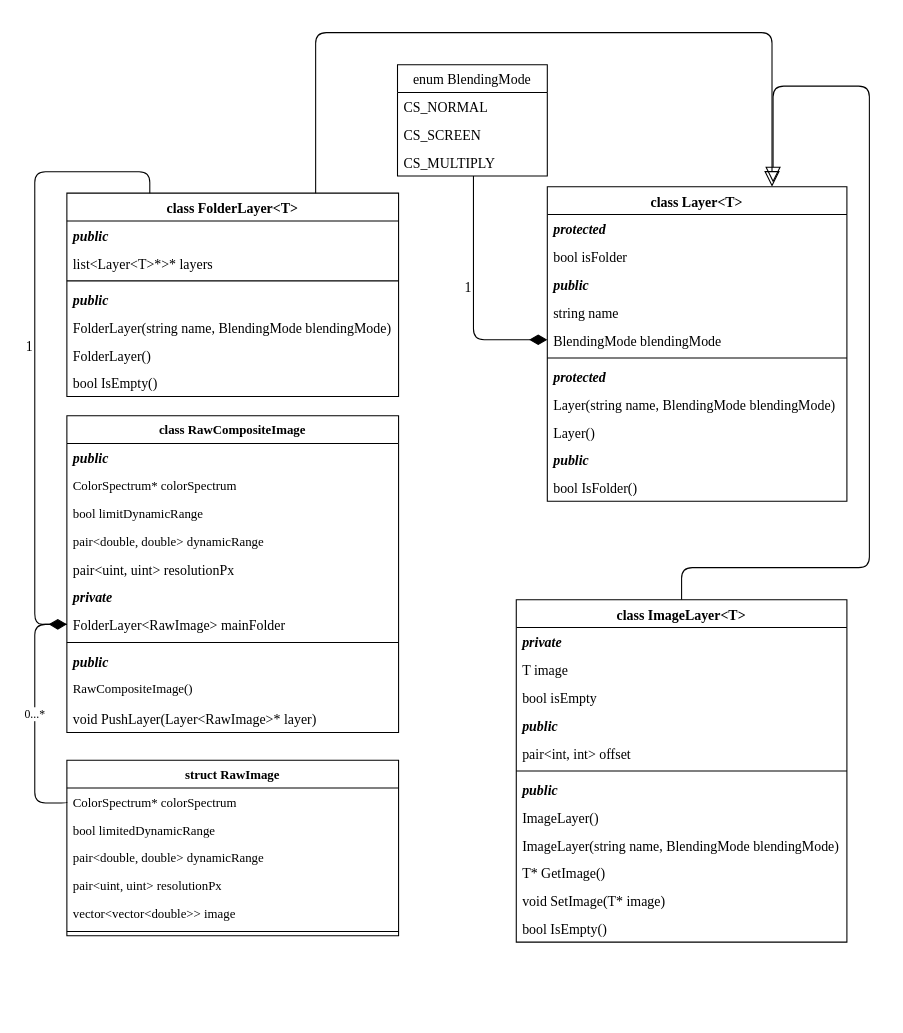
Above: page "Composite" (6 of 9) of Docs/Class diagrams.drawio in SpatiumOwl/ComplexSky-2.0 (draw.io), before the change. Source tidied: cells renumbered, new cells numbered last; positions are measured from the earlier drawing's top-left corner, leaving out a move shared by most shapes. Both pictures are drawn from the tidied source at 107%, with x=0, y=0 at pixel (34, 32).
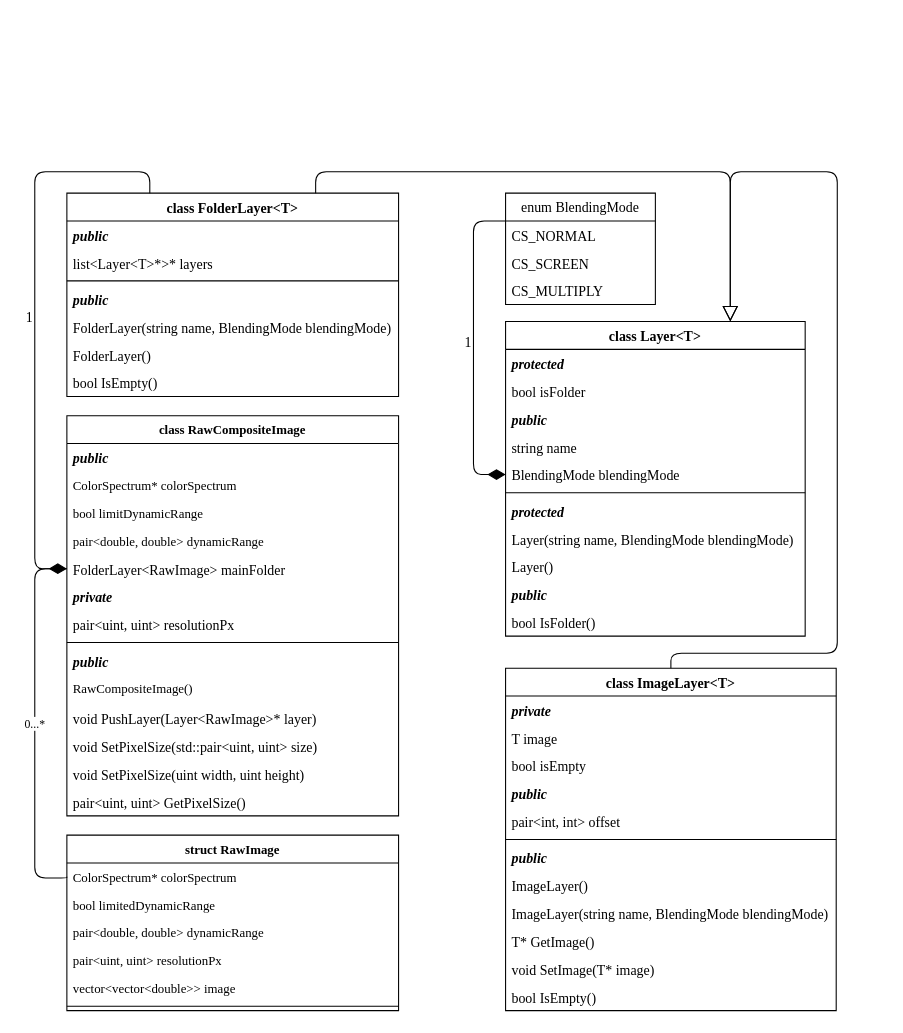
The same diagram, later.

The change refers to these unchanged cells:
```xml
<mxCell id="17" value="CS_MULTIPLY" style="text;strokeColor=none;fillColor=none;align=left;verticalAlign=top;spacingLeft=4;spacingRight=4;overflow=hidden;points=[[0,0.5],[1,0.5]];portConstraint=eastwest;fontFamily=Times New Roman;fontSize=13;" parent="14" vertex="1">
  <mxGeometry y="78" width="140" height="26" as="geometry" />
</mxCell>
<mxCell id="23" value="BlendingMode blendingMode" style="text;strokeColor=none;fillColor=none;align=left;verticalAlign=top;spacingLeft=4;spacingRight=4;overflow=hidden;points=[[0,0.5],[1,0.5]];portConstraint=eastwest;fontFamily=Times New Roman;fontSize=13;" parent="18" vertex="1">
  <mxGeometry y="130" width="280" height="26" as="geometry" />
</mxCell>
<mxCell id="44" value="class FolderLayer&lt;T&gt;" style="swimlane;fontStyle=1;align=center;verticalAlign=top;horizontal=1;startSize=26;fontFamily=Times New Roman;fontSize=13;" parent="1" vertex="1">
  <mxGeometry x="30" y="150" width="310" height="190" as="geometry" />
</mxCell>
<mxCell id="56" value="ColorSpectrum* colorSpectrum" style="text;strokeColor=none;fillColor=none;align=left;verticalAlign=top;spacingLeft=4;spacingRight=4;overflow=hidden;points=[[0,0.5],[1,0.5]];portConstraint=eastwest;whiteSpace=wrap;html=1;fontFamily=Times New Roman;" parent="55" vertex="1">
  <mxGeometry y="26" width="310" height="26" as="geometry" />
</mxCell>
```

What changed in the source:
```diff
@@
     <mxCell id="2" value="class RawCompositeImage" style="swimlane;fontStyle=1;align=center;verticalAlign=top;horizontal=1;startSize=26;whiteSpace=wrap;html=1;fontFamily=Times New Roman;" parent="1" vertex="1">
-      <mxGeometry x="30" y="358" width="310" height="296" as="geometry" />
+      <mxGeometry x="30" y="358" width="310" height="374" as="geometry" />
     </mxCell>
@@
+    <mxCell id="9" value="FolderLayer&lt;RawImage&gt; mainFolder" style="text;strokeColor=none;fillColor=none;align=left;verticalAlign=top;spacingLeft=4;spacingRight=4;overflow=hidden;points=[[0,0.5],[1,0.5]];portConstraint=eastwest;fontFamily=Times New Roman;fontSize=13;" parent="2" vertex="1">
+      <mxGeometry y="130" width="310" height="26" as="geometry" />
+    </mxCell>
+    <mxCell id="8" value="private" style="text;strokeColor=none;fillColor=none;align=left;verticalAlign=top;spacingLeft=4;spacingRight=4;overflow=hidden;fontStyle=3;fontFamily=Times New Roman;fontSize=13;" parent="2" vertex="1">
+      <mxGeometry y="156" width="310" height="26" as="geometry" />
+    </mxCell>
     <mxCell id="7" value="pair&lt;uint, uint&gt; resolutionPx" style="text;strokeColor=none;fillColor=none;align=left;verticalAlign=top;spacingLeft=4;spacingRight=4;overflow=hidden;fontFamily=Times New Roman;fontSize=13;" parent="2" vertex="1">
-      <mxGeometry y="130" width="310" height="26" as="geometry" />
+      <mxGeometry y="182" width="310" height="26" as="geometry" />
     </mxCell>
-    <mxCell id="8" value="private" style="text;strokeColor=none;fillColor=none;align=left;verticalAlign=top;spacingLeft=4;spacingRight=4;overflow=hidden;fontStyle=3;fontFamily=Times New Roman;fontSize=13;" parent="2" vertex="1">
-      <mxGeometry y="156" width="310" height="26" as="geometry" />
-    </mxCell>
-    <mxCell id="9" value="FolderLayer&lt;RawImage&gt; mainFolder" style="text;strokeColor=none;fillColor=none;align=left;verticalAlign=top;spacingLeft=4;spacingRight=4;overflow=hidden;points=[[0,0.5],[1,0.5]];portConstraint=eastwest;fontFamily=Times New Roman;fontSize=13;" parent="2" vertex="1">
-      <mxGeometry y="182" width="310" height="26" as="geometry" />
-    </mxCell>
@@
+    <mxCell id="63" value="void SetPixelSize(std::pair&lt;uint, uint&gt; size)" style="text;strokeColor=none;fillColor=none;align=left;verticalAlign=top;spacingLeft=4;spacingRight=4;overflow=hidden;fontFamily=Times New Roman;fontSize=13;" parent="2" vertex="1">
+      <mxGeometry y="296" width="310" height="26" as="geometry" />
+    </mxCell>
+    <mxCell id="64" value="void SetPixelSize(uint width, uint height)" style="text;strokeColor=none;fillColor=none;align=left;verticalAlign=top;spacingLeft=4;spacingRight=4;overflow=hidden;fontFamily=Times New Roman;fontSize=13;" parent="2" vertex="1">
+      <mxGeometry y="322" width="310" height="26" as="geometry" />
+    </mxCell>
+    <mxCell id="65" value="pair&lt;uint, uint&gt; GetPixelSize()" style="text;strokeColor=none;fillColor=none;align=left;verticalAlign=top;spacingLeft=4;spacingRight=4;overflow=hidden;fontFamily=Times New Roman;fontSize=13;" parent="2" vertex="1">
+      <mxGeometry y="348" width="310" height="26" as="geometry" />
+    </mxCell>
     <mxCell id="14" value="enum BlendingMode" style="swimlane;fontStyle=0;horizontal=1;startSize=26;fillColor=none;fontFamily=Times New Roman;fontSize=13;" parent="1" vertex="1">
-      <mxGeometry x="339" y="30" width="140" height="104" as="geometry" />
+      <mxGeometry x="440" y="150" width="140" height="104" as="geometry" />
     </mxCell>
@@
     <mxCell id="18" value="class Layer&lt;T&gt;" style="swimlane;fontStyle=1;align=center;verticalAlign=top;horizontal=1;startSize=26;fontFamily=Times New Roman;fontSize=13;" parent="1" vertex="1">
-      <mxGeometry x="479" y="144" width="280" height="294" as="geometry" />
+      <mxGeometry x="440" y="270" width="280" height="294" as="geometry" />
     </mxCell>
@@
-    <mxCell id="30" value="1" style="endArrow=none;html=1;endSize=12;startArrow=diamondThin;startSize=14;startFill=1;edgeStyle=orthogonalEdgeStyle;align=left;verticalAlign=bottom;rounded=1;exitX=0;exitY=0.5;exitDx=0;exitDy=0;entryX=0.507;entryY=1;entryDx=0;entryDy=0;endFill=0;entryPerimeter=0;fontFamily=Times New Roman;fontSize=13;" parent="1" edge="1" source="23" target="17">
+    <mxCell id="30" value="1" style="endArrow=none;html=1;endSize=12;startArrow=diamondThin;startSize=14;startFill=1;edgeStyle=orthogonalEdgeStyle;align=left;verticalAlign=bottom;rounded=1;exitX=0;exitY=0.5;exitDx=0;exitDy=0;entryX=0;entryY=0.25;entryDx=0;entryDy=0;endFill=0;fontFamily=Times New Roman;fontSize=13;" parent="1" edge="1" source="23" target="14">
       <mxGeometry x="-0.04" y="10" relative="1" as="geometry">
         <Array as="points">
-          <mxPoint x="410" y="287" />
+          <mxPoint x="410" y="413" />
+          <mxPoint x="410" y="176" />
         </Array>
       </mxGeometry>
     </mxCell>
     <mxCell id="31" value="class ImageLayer&lt;T&gt;" style="swimlane;fontStyle=1;align=center;verticalAlign=top;horizontal=1;startSize=26;fontFamily=Times New Roman;fontSize=13;" parent="1" vertex="1">
-      <mxGeometry x="450" y="530" width="309" height="320" as="geometry" />
+      <mxGeometry x="440" y="594" width="309" height="320" as="geometry" />
     </mxCell>
@@
-    <mxCell id="52" style="endArrow=block;endFill=0;endSize=12;html=1;rounded=1;exitX=0.5;exitY=0;exitDx=0;exitDy=0;edgeStyle=orthogonalEdgeStyle;fontFamily=Times New Roman;fontSize=13;" parent="1" edge="1" source="31">
+    <mxCell id="52" style="endArrow=block;endFill=0;endSize=12;html=1;rounded=1;exitX=0.5;exitY=0;exitDx=0;exitDy=0;edgeStyle=orthogonalEdgeStyle;fontFamily=Times New Roman;fontSize=13;entryX=0.75;entryY=0;entryDx=0;entryDy=0;" parent="1" edge="1" source="31" target="18">
       <mxGeometry relative="1" as="geometry">
-        <mxPoint x="690" y="140" as="targetPoint" />
         <Array as="points">
-          <mxPoint x="605" y="500" />
-          <mxPoint x="780" y="500" />
-          <mxPoint x="780" y="50" />
-          <mxPoint x="690" y="50" />
+          <mxPoint x="595" y="580" />
+          <mxPoint x="750" y="580" />
+          <mxPoint x="750" y="130" />
+          <mxPoint x="650" y="130" />
         </Array>
       </mxGeometry>
     </mxCell>
-    <mxCell id="53" style="endArrow=block;endFill=0;endSize=12;html=1;rounded=1;exitX=0.75;exitY=0;exitDx=0;exitDy=0;edgeStyle=orthogonalEdgeStyle;entryX=0.75;entryY=0;entryDx=0;entryDy=0;fontFamily=Times New Roman;fontSize=13;" parent="1" edge="1" source="44" target="18">
+    <mxCell id="53" style="endArrow=block;endFill=0;endSize=12;html=1;rounded=1;exitX=0.75;exitY=0;exitDx=0;exitDy=0;edgeStyle=orthogonalEdgeStyle;fontFamily=Times New Roman;fontSize=13;entryX=0.75;entryY=0;entryDx=0;entryDy=0;" parent="1" edge="1" source="44" target="18">
       <mxGeometry relative="1" as="geometry">
         <Array as="points">
-          <mxPoint x="263" />
-          <mxPoint x="689" />
+          <mxPoint x="263" y="130" />
+          <mxPoint x="650" y="130" />
         </Array>
       </mxGeometry>
     </mxCell>
     <mxCell id="54" value="1" style="endArrow=none;html=1;endSize=12;startArrow=diamondThin;startSize=14;startFill=1;edgeStyle=orthogonalEdgeStyle;align=left;verticalAlign=bottom;rounded=1;exitX=0;exitY=0.5;exitDx=0;exitDy=0;entryX=0.25;entryY=0;entryDx=0;entryDy=0;endFill=0;fontFamily=Times New Roman;fontSize=13;" parent="1" edge="1" source="9" target="44">
       <mxGeometry x="-0.04" y="10" relative="1" as="geometry">
         <Array as="points">
-          <mxPoint y="553" />
+          <mxPoint y="501" />
           <mxPoint y="130" />
           <mxPoint x="108" y="130" />
         </Array>
       </mxGeometry>
     </mxCell>
     <mxCell id="55" value="struct RawImage" style="swimlane;fontStyle=1;align=center;verticalAlign=top;horizontal=1;startSize=26;whiteSpace=wrap;html=1;fontFamily=Times New Roman;" parent="1" vertex="1">
-      <mxGeometry x="30" y="680" width="310" height="164" as="geometry" />
+      <mxGeometry x="30" y="750" width="310" height="164" as="geometry" />
     </mxCell>
@@
     <mxCell id="62" value="0...*" style="edgeStyle=orthogonalEdgeStyle;jettySize=auto;html=1;exitX=0;exitY=0.5;exitDx=0;exitDy=0;entryX=0;entryY=0.5;entryDx=0;entryDy=0;endArrow=none;endFill=0;fontFamily=Times New Roman;rounded=1;" parent="1" edge="1" source="56" target="9">
       <mxGeometry relative="1" as="geometry">
         <Array as="points">
-          <mxPoint x="30" y="720" />
-          <mxPoint y="720" />
-          <mxPoint y="553" />
+          <mxPoint x="30" y="790" />
+          <mxPoint y="790" />
+          <mxPoint y="501" />
         </Array>
       </mxGeometry>
     </mxCell>
```
